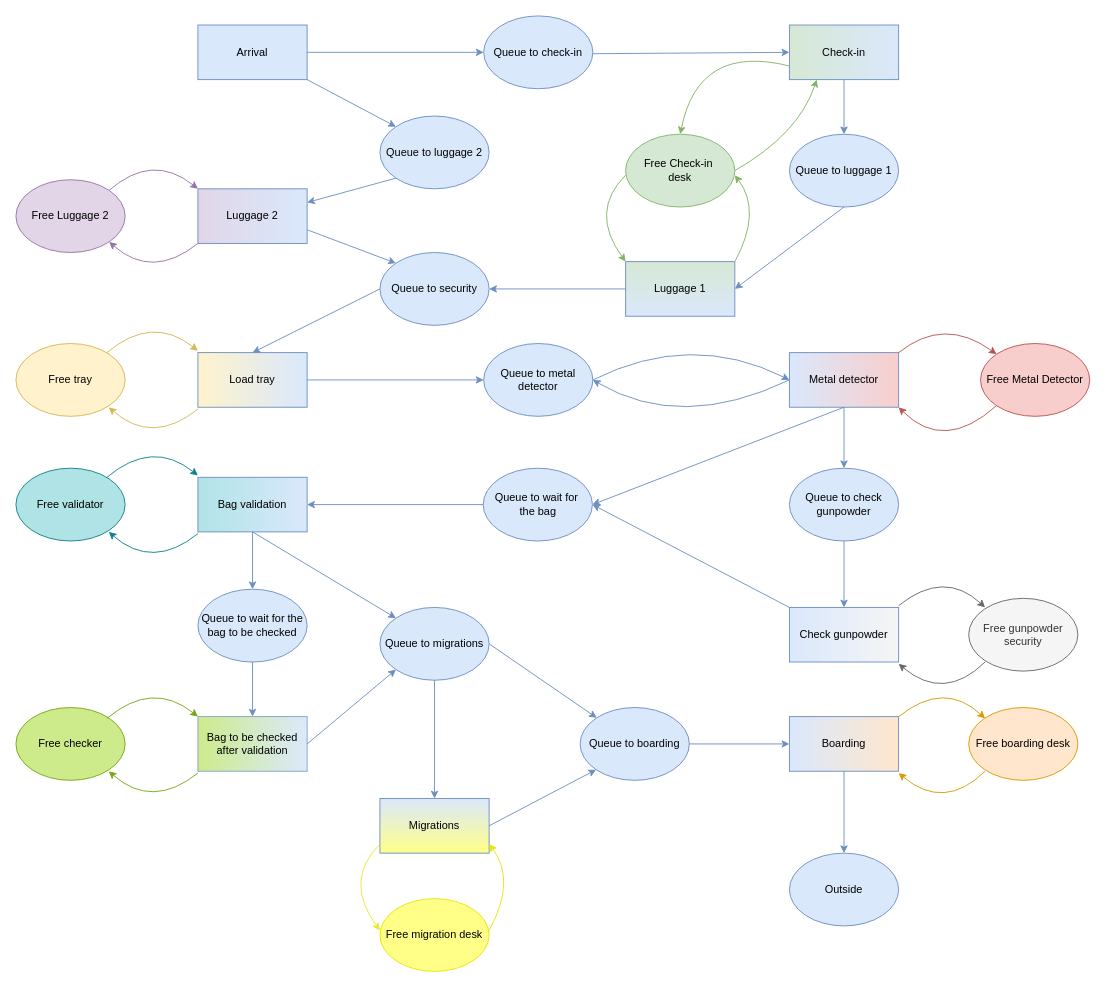
Earlier version of the draw.io diagram Untitled Diagram.drawio (martabarretoramalho/SCM). Source tidied: cells renumbered, new cells numbered last; positions are measured from the earlier drawing's top-left corner, leaving out a move shared by most shapes. Both pictures are drawn from the tidied source at 91%, with x=0, y=0 at pixel (15, 15).
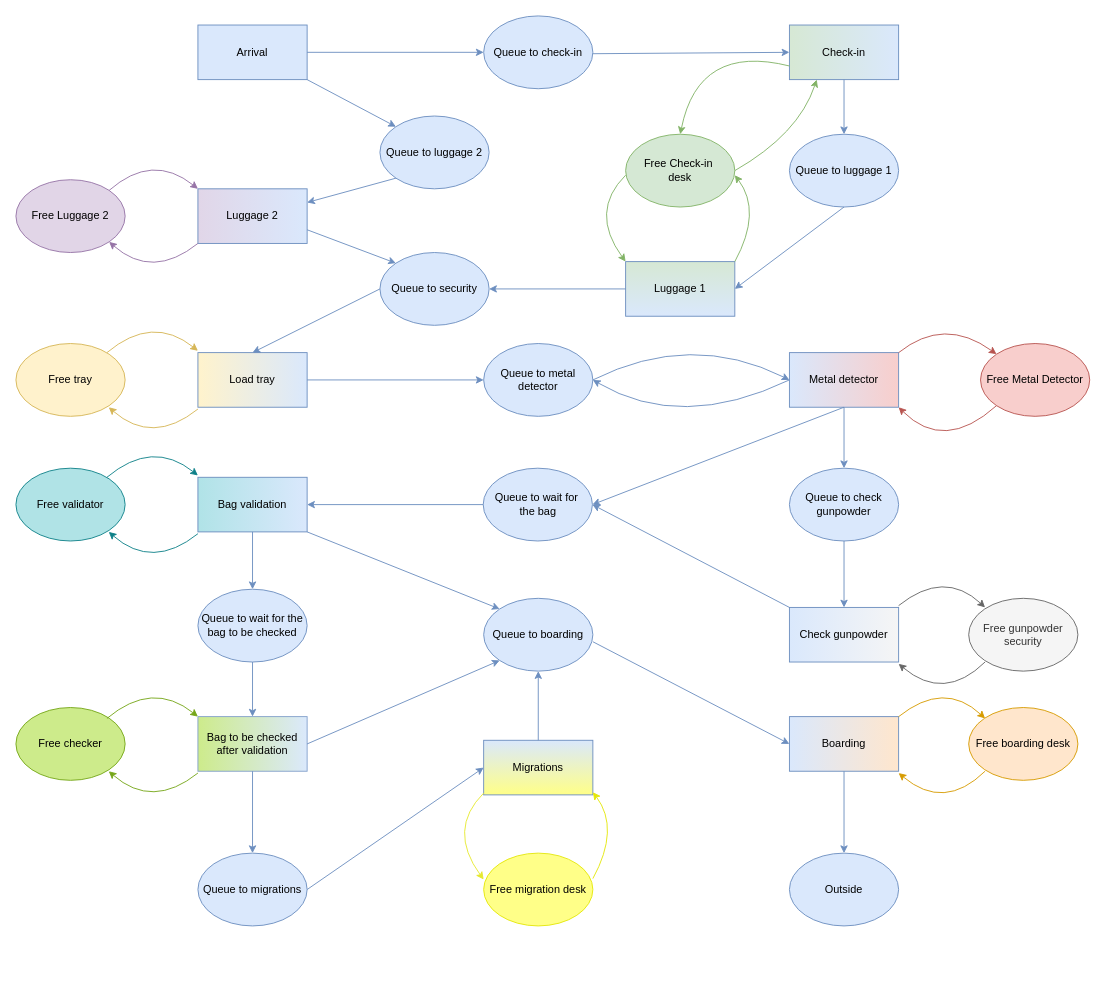
The same diagram, later.

The change refers to these unchanged cells:
```xml
<mxCell id="14" value="Boarding" style="rounded=0;whiteSpace=wrap;html=1;fillColor=#dae8fc;strokeColor=#6c8ebf;gradientColor=#ffe6cd;gradientDirection=east;" parent="1" vertex="1">
  <mxGeometry x="850" y="770" width="120" height="60" as="geometry" />
</mxCell>
<mxCell id="37" value="Bag validation" style="rounded=0;whiteSpace=wrap;html=1;fillColor=#dae8fc;strokeColor=#6c8ebf;gradientColor=#b0e3e7;gradientDirection=west;" parent="1" vertex="1">
  <mxGeometry x="200" y="507" width="120" height="60" as="geometry" />
</mxCell>
<mxCell id="38" value="Bag to be checked after validation" style="rounded=0;whiteSpace=wrap;html=1;fillColor=#dbe9fc;strokeColor=#83a0cb;gradientColor=#cdeb8b;gradientDirection=west;" parent="1" vertex="1">
  <mxGeometry x="200" y="770" width="120" height="60" as="geometry" />
</mxCell>
```

What changed in the source:
```diff
@@
     <mxCell id="11" value="Queue to migrations" style="ellipse;whiteSpace=wrap;html=1;fillColor=#dae8fc;strokeColor=#6c8ebf;" parent="1" vertex="1">
-      <mxGeometry x="400" y="650" width="120" height="80" as="geometry" />
+      <mxGeometry x="200" y="920" width="120" height="80" as="geometry" />
     </mxCell>
     <mxCell id="12" value="Migrations" style="rounded=0;whiteSpace=wrap;html=1;fillColor=#dae8fc;strokeColor=#6c8ebf;gradientColor=#ffff88;" parent="1" vertex="1">
-      <mxGeometry x="400" y="860" width="120" height="60" as="geometry" />
+      <mxGeometry x="514" y="796" width="120" height="60" as="geometry" />
     </mxCell>
     <mxCell id="13" value="Queue to boarding" style="ellipse;whiteSpace=wrap;html=1;fillColor=#dae8fc;strokeColor=#6c8ebf;" parent="1" vertex="1">
-      <mxGeometry x="620" y="760" width="120" height="80" as="geometry" />
+      <mxGeometry x="514" y="640" width="120" height="80" as="geometry" />
     </mxCell>
@@
-    <mxCell id="24" style="endArrow=classic;html=1;rounded=0;exitX=1;exitY=0.5;exitDx=0;exitDy=0;entryX=0;entryY=0.5;entryDx=0;entryDy=0;fillColor=#dae8fc;strokeColor=#6c8ebf;" parent="1" edge="1" source="13" target="14">
+    <mxCell id="24" style="endArrow=classic;html=1;rounded=0;exitX=1.001;exitY=0.597;exitDx=0;exitDy=0;entryX=0;entryY=0.5;entryDx=0;entryDy=0;fillColor=#dae8fc;strokeColor=#6c8ebf;exitPerimeter=0;" parent="1" edge="1" source="13" target="14">
       <mxGeometry relative="1" as="geometry" />
     </mxCell>
-    <mxCell id="25" style="endArrow=classic;html=1;rounded=0;exitX=1;exitY=0.5;exitDx=0;exitDy=0;entryX=0;entryY=1;entryDx=0;entryDy=0;fillColor=#dae8fc;strokeColor=#6c8ebf;" parent="1" edge="1" source="12" target="13">
+    <mxCell id="25" style="endArrow=classic;html=1;rounded=0;exitX=0.5;exitY=0;exitDx=0;exitDy=0;entryX=0.5;entryY=1;entryDx=0;entryDy=0;fillColor=#dae8fc;strokeColor=#6c8ebf;" parent="1" edge="1" source="12" target="13">
       <mxGeometry relative="1" as="geometry" />
     </mxCell>
@@
-    <mxCell id="27" style="endArrow=classic;html=1;rounded=0;exitX=0.5;exitY=1;exitDx=0;exitDy=0;entryX=0.5;entryY=0;entryDx=0;entryDy=0;fillColor=#dae8fc;strokeColor=#6c8ebf;" parent="1" edge="1" source="11" target="12">
+    <mxCell id="27" style="endArrow=classic;html=1;rounded=0;exitX=1;exitY=0.5;exitDx=0;exitDy=0;entryX=0;entryY=0.5;entryDx=0;entryDy=0;fillColor=#dae8fc;strokeColor=#6c8ebf;" parent="1" edge="1" source="11" target="12">
       <mxGeometry relative="1" as="geometry" />
     </mxCell>
@@
-    <mxCell id="42" style="endArrow=classic;html=1;rounded=0;exitX=0.5;exitY=1;exitDx=0;exitDy=0;entryX=0;entryY=0;entryDx=0;entryDy=0;fillColor=#dae8fc;strokeColor=#6c8ebf;" parent="1" edge="1" source="37" target="11">
+    <mxCell id="42" style="endArrow=classic;html=1;rounded=0;exitX=1;exitY=1;exitDx=0;exitDy=0;entryX=0;entryY=0;entryDx=0;entryDy=0;fillColor=#dae8fc;strokeColor=#6c8ebf;" parent="1" edge="1" source="37" target="13">
       <mxGeometry relative="1" as="geometry" />
     </mxCell>
-    <mxCell id="43" style="endArrow=classic;html=1;rounded=0;exitX=1;exitY=0.5;exitDx=0;exitDy=0;fillColor=#dae8fc;strokeColor=#6c8ebf;entryX=0;entryY=1;entryDx=0;entryDy=0;" parent="1" edge="1" source="38" target="11">
+    <mxCell id="43" style="endArrow=classic;html=1;rounded=0;exitX=0.5;exitY=1;exitDx=0;exitDy=0;fillColor=#dae8fc;strokeColor=#6c8ebf;entryX=0.5;entryY=0;entryDx=0;entryDy=0;" parent="1" edge="1" source="38" target="11">
       <mxGeometry relative="1" as="geometry" />
     </mxCell>
-    <mxCell id="44" style="endArrow=classic;html=1;rounded=0;exitX=1;exitY=0.5;exitDx=0;exitDy=0;fillColor=#dae8fc;strokeColor=#6c8ebf;" parent="1" edge="1" source="11" target="13">
-      <mxGeometry relative="1" as="geometry" />
-    </mxCell>
@@
     <mxCell id="70" value="Free migration desk" style="ellipse;whiteSpace=wrap;html=1;fillColor=#ffff88;strokeColor=#e4e708;" parent="1" vertex="1">
-      <mxGeometry x="400" y="970" width="120" height="80" as="geometry" />
+      <mxGeometry x="514" y="920" width="120" height="80" as="geometry" />
     </mxCell>
     <mxCell id="71" style="endArrow=classic;html=1;rounded=0;exitX=0;exitY=0.5;exitDx=0;exitDy=0;entryX=0;entryY=0.25;entryDx=0;entryDy=0;curved=1;fillColor=#ffff88;strokeColor=#e6e92e;" parent="1" edge="1">
       <mxGeometry relative="1" as="geometry">
-        <mxPoint x="400" y="910" as="sourcePoint" />
-        <mxPoint x="400" y="1005" as="targetPoint" />
+        <mxPoint x="514" y="854" as="sourcePoint" />
+        <mxPoint x="514" y="949" as="targetPoint" />
         <Array as="points">
-          <mxPoint x="360" y="950" />
+          <mxPoint x="474" y="894" />
         </Array>
       </mxGeometry>
     </mxCell>
     <mxCell id="72" style="endArrow=classic;html=1;rounded=0;exitX=1;exitY=0.25;exitDx=0;exitDy=0;entryX=1;entryY=0.5;entryDx=0;entryDy=0;curved=1;fillColor=#ffff88;strokeColor=#e4e708;" parent="1" edge="1">
       <mxGeometry relative="1" as="geometry">
-        <mxPoint x="520" y="1005" as="sourcePoint" />
-        <mxPoint x="520" y="910" as="targetPoint" />
+        <mxPoint x="634" y="948" as="sourcePoint" />
+        <mxPoint x="634" y="853" as="targetPoint" />
         <Array as="points">
-          <mxPoint x="550" y="950" />
+          <mxPoint x="664" y="893" />
         </Array>
       </mxGeometry>
     </mxCell>
@@
+    <mxCell id="79" style="endArrow=classic;html=1;rounded=0;exitX=1;exitY=0.5;exitDx=0;exitDy=0;entryX=0;entryY=1;entryDx=0;entryDy=0;fillColor=#dae8fc;strokeColor=#6c8ebf;" parent="1" edge="1" source="38" target="13">
+      <mxGeometry relative="1" as="geometry" />
+    </mxCell>
```
